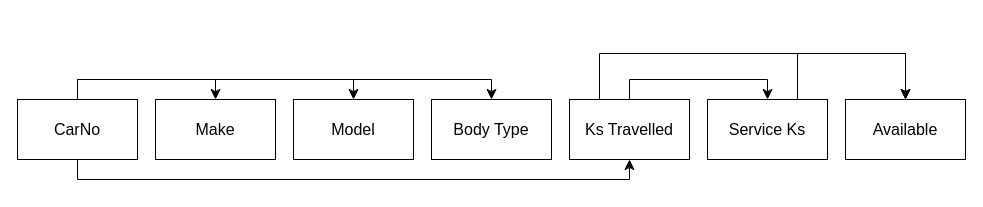
Above: databases/cartabledepdiagram.drawio in connor-davis/vc-yeartwo (draw.io), before the change. Source tidied: cells renumbered, new cells numbered last; positions are measured from the earlier drawing's top-left corner, leaving out a move shared by most shapes. Both pictures are drawn from the tidied source at 100%, with x=0, y=0 at pixel (17, 53).
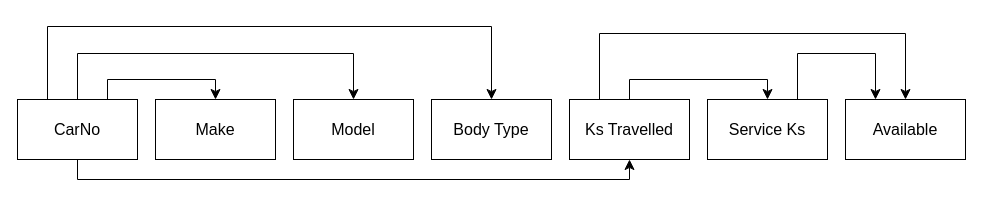
Above is the later version.

Unchanged cells that the change refers to:
```xml
<mxCell id="4" value="CarNo" style="rounded=0;whiteSpace=wrap;html=1;fontSize=16;" parent="1" vertex="1">
  <mxGeometry y="46" width="120" height="60" as="geometry" />
</mxCell>
<mxCell id="5" value="Make" style="rounded=0;whiteSpace=wrap;html=1;fontSize=16;" parent="1" vertex="1">
  <mxGeometry x="138" y="46" width="120" height="60" as="geometry" />
</mxCell>
<mxCell id="7" value="Model" style="rounded=0;whiteSpace=wrap;html=1;fontSize=16;" parent="1" vertex="1">
  <mxGeometry x="276" y="46" width="120" height="60" as="geometry" />
</mxCell>
<mxCell id="8" value="Body Type" style="rounded=0;whiteSpace=wrap;html=1;fontSize=16;" parent="1" vertex="1">
  <mxGeometry x="414" y="46" width="120" height="60" as="geometry" />
</mxCell>
<mxCell id="12" value="Ks Travelled" style="rounded=0;whiteSpace=wrap;html=1;fontSize=16;" parent="1" vertex="1">
  <mxGeometry x="552" y="46" width="120" height="60" as="geometry" />
</mxCell>
<mxCell id="14" value="Service Ks" style="rounded=0;whiteSpace=wrap;html=1;fontSize=16;" parent="1" vertex="1">
  <mxGeometry x="690" y="46" width="120" height="60" as="geometry" />
</mxCell>
<mxCell id="15" value="Available" style="rounded=0;whiteSpace=wrap;html=1;fontSize=16;" parent="1" vertex="1">
  <mxGeometry x="828" y="46" width="120" height="60" as="geometry" />
</mxCell>
```

Diff of the diagram source:
```diff
@@
-    <mxCell id="2" style="edgeStyle=orthogonalEdgeStyle;rounded=0;jettySize=auto;html=1;exitX=0.5;exitY=0;exitDx=0;exitDy=0;entryX=0.5;entryY=0;entryDx=0;entryDy=0;fontSize=12;startSize=8;endSize=8;" parent="1" edge="1" source="4" target="5">
+    <mxCell id="2" style="edgeStyle=orthogonalEdgeStyle;rounded=0;jettySize=auto;html=1;exitX=0.75;exitY=0;exitDx=0;exitDy=0;entryX=0.5;entryY=0;entryDx=0;entryDy=0;fontSize=12;startSize=8;endSize=8;" parent="1" edge="1" source="4" target="5">
       <mxGeometry relative="1" as="geometry" />
     </mxCell>
     <mxCell id="3" style="edgeStyle=orthogonalEdgeStyle;rounded=0;jettySize=auto;html=1;exitX=0.5;exitY=0;exitDx=0;exitDy=0;entryX=0.5;entryY=0;entryDx=0;entryDy=0;fontSize=12;startSize=8;endSize=8;" parent="1" edge="1" source="4" target="7">
-      <mxGeometry relative="1" as="geometry" />
+      <mxGeometry relative="1" as="geometry">
+        <Array as="points">
+          <mxPoint x="60" />
+          <mxPoint x="336" />
+        </Array>
+      </mxGeometry>
     </mxCell>
@@
-    <mxCell id="6" style="edgeStyle=orthogonalEdgeStyle;rounded=0;jettySize=auto;html=1;exitX=0.5;exitY=0;exitDx=0;exitDy=0;entryX=0.5;entryY=0;entryDx=0;entryDy=0;fontSize=12;startSize=8;endSize=8;" parent="1" edge="1" source="4" target="8">
-      <mxGeometry relative="1" as="geometry" />
+    <mxCell id="6" style="edgeStyle=orthogonalEdgeStyle;rounded=0;jettySize=auto;html=1;exitX=0.25;exitY=0;exitDx=0;exitDy=0;entryX=0.5;entryY=0;entryDx=0;entryDy=0;fontSize=12;startSize=8;endSize=8;" parent="1" edge="1" source="4" target="8">
+      <mxGeometry relative="1" as="geometry">
+        <Array as="points">
+          <mxPoint x="30" y="-27" />
+          <mxPoint x="474" y="-27" />
+        </Array>
+      </mxGeometry>
     </mxCell>
@@
     <mxCell id="11" style="edgeStyle=orthogonalEdgeStyle;rounded=0;jettySize=auto;html=1;exitX=0.25;exitY=0;exitDx=0;exitDy=0;entryX=0.5;entryY=0;entryDx=0;entryDy=0;fontSize=12;startArrow=none;startFill=0;endArrow=classic;endFill=1;startSize=8;endSize=8;" parent="1" edge="1" source="12" target="15">
       <mxGeometry relative="1" as="geometry">
         <Array as="points">
-          <mxPoint x="582" />
-          <mxPoint x="888" />
+          <mxPoint x="582" y="-20" />
+          <mxPoint x="888" y="-20" />
         </Array>
       </mxGeometry>
     </mxCell>
@@
-    <mxCell id="13" style="edgeStyle=orthogonalEdgeStyle;rounded=0;jettySize=auto;html=1;exitX=0.75;exitY=0;exitDx=0;exitDy=0;entryX=0.5;entryY=0;entryDx=0;entryDy=0;fontSize=12;startArrow=none;startFill=0;endArrow=classic;endFill=1;startSize=8;endSize=8;" parent="1" edge="1" source="14" target="15">
+    <mxCell id="13" style="edgeStyle=orthogonalEdgeStyle;rounded=0;jettySize=auto;html=1;exitX=0.75;exitY=0;exitDx=0;exitDy=0;entryX=0.25;entryY=0;entryDx=0;entryDy=0;fontSize=12;startArrow=none;startFill=0;endArrow=classic;endFill=1;startSize=8;endSize=8;" parent="1" edge="1" source="14" target="15">
       <mxGeometry relative="1" as="geometry">
         <Array as="points">
           <mxPoint x="780" />
-          <mxPoint x="888" />
+          <mxPoint x="858" />
         </Array>
       </mxGeometry>
     </mxCell>
```
